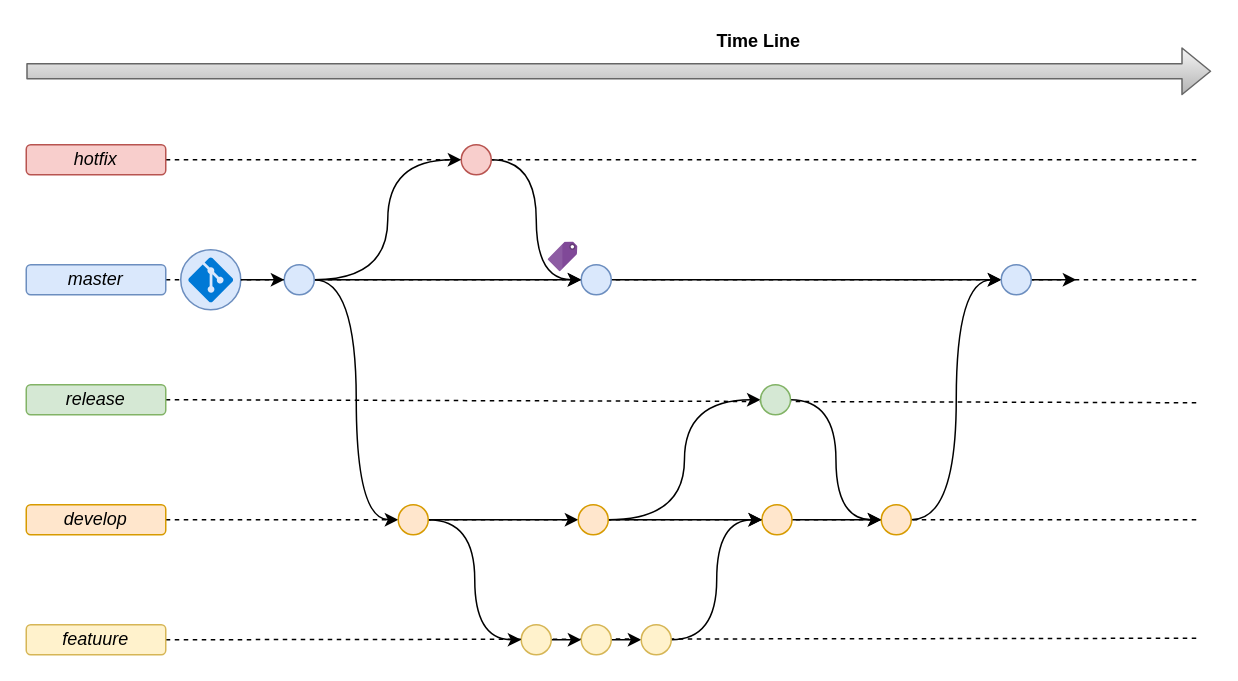
Before: doc/BranchStrategyWorkflow-Context.drawio in josemarsilva/eval-git, a draw.io diagram. Source tidied: cells renumbered, new cells numbered last; positions are measured from the earlier drawing's top-left corner, leaving out a move shared by most shapes. Both pictures are drawn from the tidied source at 150%, with x=0, y=0 at pixel (26, 26).
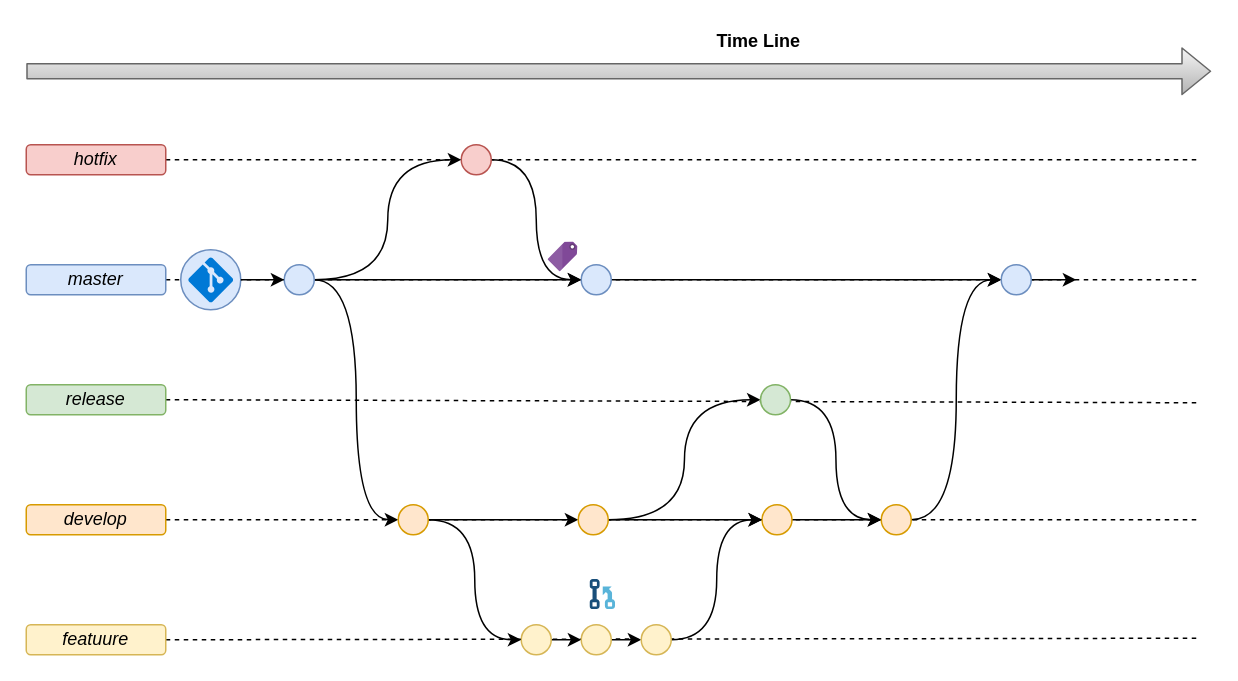
The same page after the edit.

The edit, as a diff of the source:
```diff
@@
+    <mxCell id="47" style="html=1;perimeter=none;align=center;shadow=0;dashed=0;image;fontSize=12;image=img/lib/mscae/PullRequest.svg;" parent="1" vertex="1">
+      <mxGeometry x="376" y="369" width="17" height="20" as="geometry" />
+    </mxCell>
```
